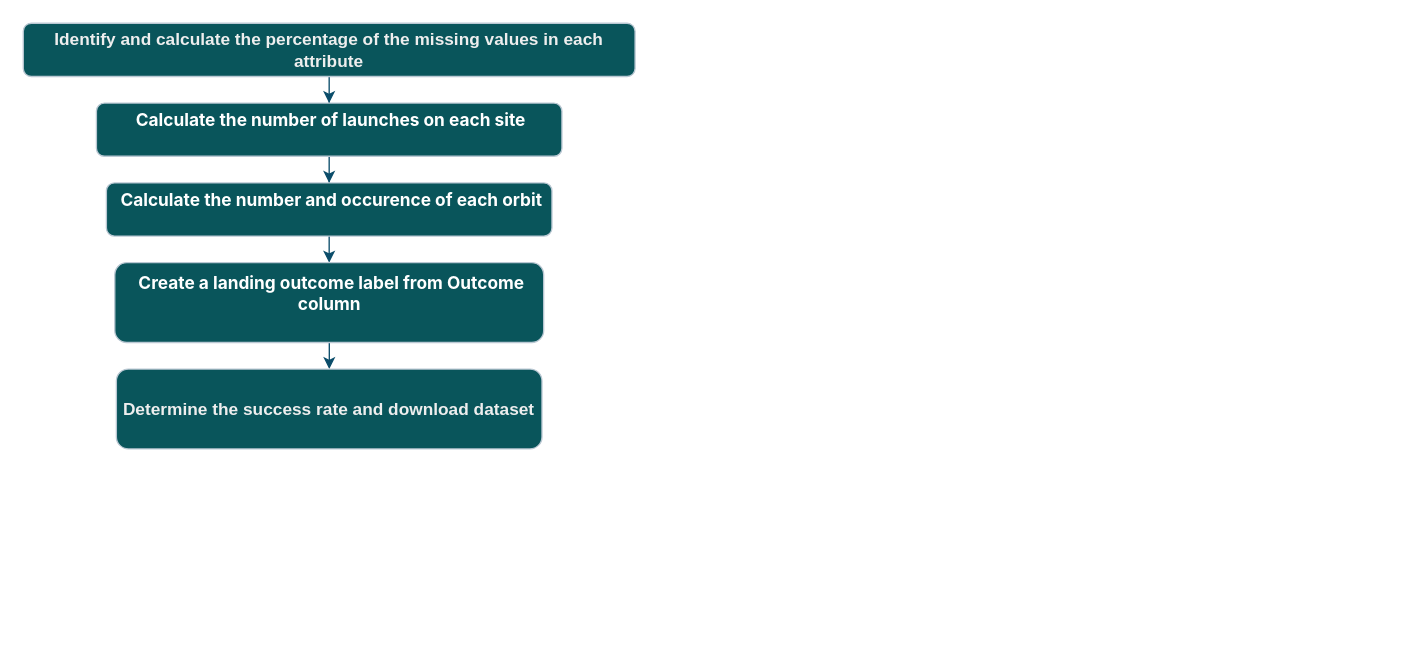
Before: Data Wrangling.drawio in Gareleon/ibm_ds, a draw.io diagram. Source tidied: cells renumbered, new cells numbered last; positions are measured from the earlier drawing's top-left corner, leaving out a move shared by most shapes. Both pictures are drawn from the tidied source at 133%, with x=0, y=0 at pixel (23, 23).
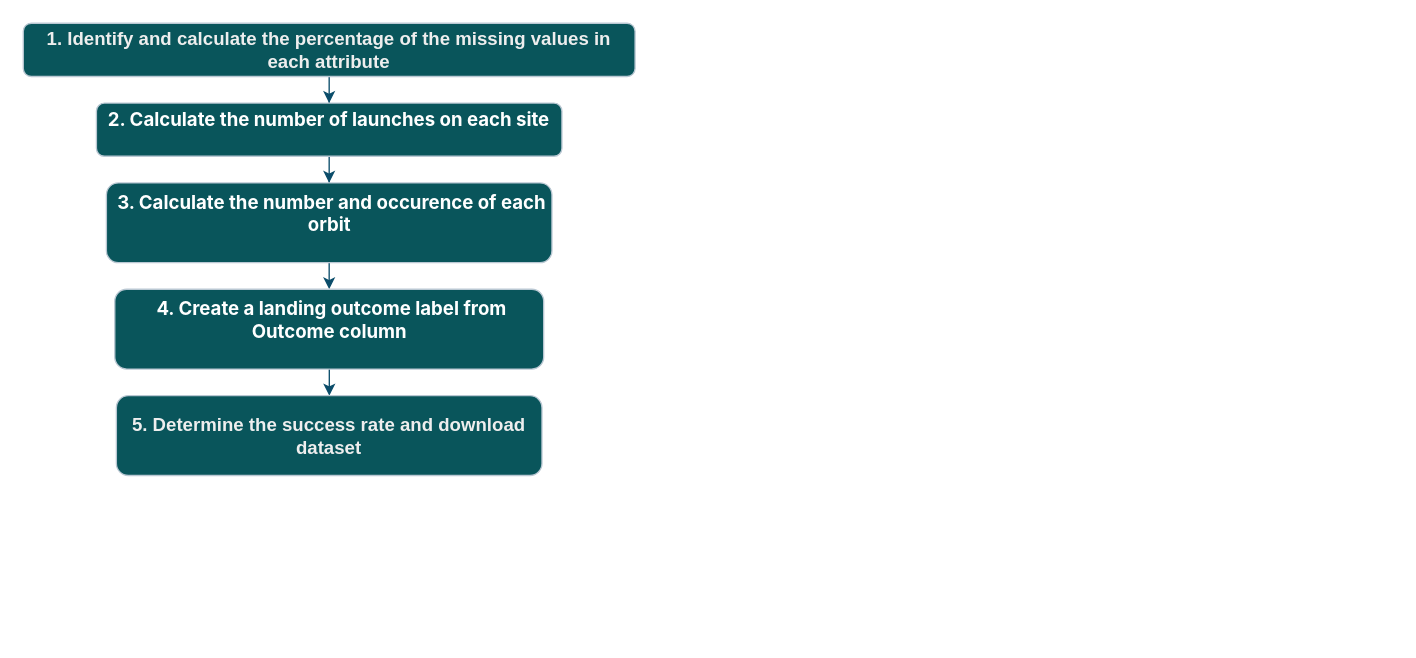
After the change.

Diff of the diagram source:
```diff
@@
 <mxGraphModel>
   <root>
     <mxCell id="0" />
     <mxCell id="1" parent="0" />
-    <mxCell id="2" style="edgeStyle=orthogonalEdgeStyle;rounded=0;jettySize=auto;html=1;labelBackgroundColor=none;strokeColor=#0B4D6A;fontColor=default;align=center;verticalAlign=middle;fontSize=13;" parent="1" edge="1" source="3" target="5">
+    <mxCell id="2" style="edgeStyle=orthogonalEdgeStyle;rounded=0;jettySize=auto;html=1;labelBackgroundColor=none;strokeColor=#0B4D6A;fontColor=default;align=center;verticalAlign=middle;fontSize=14;" parent="1" edge="1" source="3" target="5">
       <mxGeometry relative="1" as="geometry" />
     </mxCell>
-    <mxCell id="3" value="&lt;b style=&quot;font-size: 13px;&quot;&gt;Identify and calculate the percentage of the missing values in each attribute&lt;/b&gt;" style="rounded=1;whiteSpace=wrap;html=1;labelBackgroundColor=none;fillColor=#09555B;strokeColor=#BAC8D3;fontColor=#EEEEEE;align=center;verticalAlign=middle;fontSize=13;" parent="1" vertex="1">
+    <mxCell id="3" value="&lt;b style=&quot;font-size: 14px;&quot;&gt;1. Identify and calculate the percentage of the missing values in each attribute&lt;/b&gt;" style="rounded=1;whiteSpace=wrap;html=1;labelBackgroundColor=none;fillColor=#09555B;strokeColor=#BAC8D3;fontColor=#EEEEEE;align=center;verticalAlign=middle;fontSize=14;" parent="1" vertex="1">
       <mxGeometry width="460" height="40" as="geometry" />
     </mxCell>
-    <mxCell id="4" style="edgeStyle=orthogonalEdgeStyle;rounded=0;jettySize=auto;html=1;labelBackgroundColor=none;strokeColor=#0B4D6A;fontColor=default;align=center;verticalAlign=middle;fontSize=13;" parent="1" edge="1" source="5" target="7">
+    <mxCell id="4" style="edgeStyle=orthogonalEdgeStyle;rounded=0;jettySize=auto;html=1;labelBackgroundColor=none;strokeColor=#0B4D6A;fontColor=default;align=center;verticalAlign=middle;fontSize=14;" parent="1" edge="1" source="5" target="7">
       <mxGeometry relative="1" as="geometry" />
     </mxCell>
-    <mxCell id="5" value="&lt;h3 style=&quot;border-color: var(--border-color); box-sizing: unset; line-height: var(--jp-content-heading-line-height); margin-top: calc(0.5 * var(--jp-content-heading-margin-top)); font-size: 13px; font-family: -apple-system, BlinkMacSystemFont, &amp;quot;Segoe UI&amp;quot;, Helvetica, Arial, sans-serif, &amp;quot;Apple Color Emoji&amp;quot;, &amp;quot;Segoe UI Emoji&amp;quot;, &amp;quot;Segoe UI Symbol&amp;quot;;&quot; id=&quot;TASK-1:-Calculate-the-number-of-launches-on-each-site&quot;&gt;&lt;font style=&quot;border-color: var(--border-color); font-size: 13px;&quot; color=&quot;#ffffff&quot;&gt;&amp;nbsp;Calculate the number of launches on each site&lt;/font&gt;&lt;/h3&gt;" style="rounded=1;whiteSpace=wrap;html=1;labelBackgroundColor=none;fillColor=#09555B;strokeColor=#BAC8D3;fontColor=#EEEEEE;align=center;verticalAlign=middle;fontSize=13;" parent="1" vertex="1">
+    <mxCell id="5" value="&lt;h3 style=&quot;border-color: var(--border-color); box-sizing: unset; line-height: var(--jp-content-heading-line-height); margin-top: calc(0.5 * var(--jp-content-heading-margin-top)); font-size: 14px; font-family: -apple-system, BlinkMacSystemFont, &amp;quot;Segoe UI&amp;quot;, Helvetica, Arial, sans-serif, &amp;quot;Apple Color Emoji&amp;quot;, &amp;quot;Segoe UI Emoji&amp;quot;, &amp;quot;Segoe UI Symbol&amp;quot;;&quot; id=&quot;TASK-1:-Calculate-the-number-of-launches-on-each-site&quot;&gt;&lt;font style=&quot;border-color: var(--border-color); font-size: 14px;&quot; color=&quot;#ffffff&quot;&gt;2. Calculate the number of launches on each site&lt;/font&gt;&lt;/h3&gt;" style="rounded=1;whiteSpace=wrap;html=1;labelBackgroundColor=none;fillColor=#09555B;strokeColor=#BAC8D3;fontColor=#EEEEEE;align=center;verticalAlign=middle;fontSize=14;" parent="1" vertex="1">
       <mxGeometry x="55" y="60" width="350" height="40" as="geometry" />
     </mxCell>
-    <mxCell id="6" style="edgeStyle=orthogonalEdgeStyle;rounded=0;jettySize=auto;html=1;labelBackgroundColor=none;strokeColor=#0B4D6A;fontColor=default;align=center;verticalAlign=middle;fontSize=13;" parent="1" edge="1" source="7" target="9">
+    <mxCell id="6" style="edgeStyle=orthogonalEdgeStyle;rounded=0;jettySize=auto;html=1;labelBackgroundColor=none;strokeColor=#0B4D6A;fontColor=default;align=center;verticalAlign=middle;fontSize=14;" parent="1" edge="1" source="7" target="9">
       <mxGeometry relative="1" as="geometry" />
     </mxCell>
-    <mxCell id="7" value="&lt;h3 style=&quot;border-color: var(--border-color); box-sizing: unset; line-height: var(--jp-content-heading-line-height); margin-top: calc(0.5 * var(--jp-content-heading-margin-top)); font-size: 13px; font-family: -apple-system, BlinkMacSystemFont, &amp;quot;Segoe UI&amp;quot;, Helvetica, Arial, sans-serif, &amp;quot;Apple Color Emoji&amp;quot;, &amp;quot;Segoe UI Emoji&amp;quot;, &amp;quot;Segoe UI Symbol&amp;quot;;&quot; id=&quot;TASK-1:-Calculate-the-number-of-launches-on-each-site&quot;&gt;&lt;font style=&quot;border-color: var(--border-color); font-size: 13px;&quot; color=&quot;#ffffff&quot;&gt;&amp;nbsp;Calculate the number and occurence of each orbit&lt;/font&gt;&lt;/h3&gt;" style="rounded=1;whiteSpace=wrap;html=1;labelBackgroundColor=none;fillColor=#09555B;strokeColor=#BAC8D3;fontColor=#EEEEEE;align=center;verticalAlign=middle;fontSize=13;" parent="1" vertex="1">
-      <mxGeometry x="62.5" y="120" width="335" height="40" as="geometry" />
+    <mxCell id="7" value="&lt;h3 style=&quot;border-color: var(--border-color); box-sizing: unset; line-height: var(--jp-content-heading-line-height); margin-top: calc(0.5 * var(--jp-content-heading-margin-top)); font-size: 14px; font-family: -apple-system, BlinkMacSystemFont, &amp;quot;Segoe UI&amp;quot;, Helvetica, Arial, sans-serif, &amp;quot;Apple Color Emoji&amp;quot;, &amp;quot;Segoe UI Emoji&amp;quot;, &amp;quot;Segoe UI Symbol&amp;quot;;&quot; id=&quot;TASK-1:-Calculate-the-number-of-launches-on-each-site&quot;&gt;&lt;font style=&quot;border-color: var(--border-color); font-size: 14px;&quot; color=&quot;#ffffff&quot;&gt;&amp;nbsp;3. Calculate the number and occurence of each orbit&lt;/font&gt;&lt;/h3&gt;" style="rounded=1;whiteSpace=wrap;html=1;labelBackgroundColor=none;fillColor=#09555B;strokeColor=#BAC8D3;fontColor=#EEEEEE;align=center;verticalAlign=middle;fontSize=14;" parent="1" vertex="1">
+      <mxGeometry x="62.5" y="120" width="335" height="60" as="geometry" />
     </mxCell>
-    <mxCell id="8" style="edgeStyle=orthogonalEdgeStyle;rounded=0;jettySize=auto;html=1;labelBackgroundColor=none;strokeColor=#0B4D6A;fontColor=default;align=center;verticalAlign=middle;fontSize=13;" parent="1" edge="1" source="9" target="10">
+    <mxCell id="8" style="edgeStyle=orthogonalEdgeStyle;rounded=0;jettySize=auto;html=1;labelBackgroundColor=none;strokeColor=#0B4D6A;fontColor=default;align=center;verticalAlign=middle;fontSize=14;" parent="1" edge="1" source="9" target="10">
       <mxGeometry relative="1" as="geometry" />
     </mxCell>
-    <mxCell id="9" value="&lt;h3 style=&quot;border-color: var(--border-color); box-sizing: unset; line-height: var(--jp-content-heading-line-height); margin-top: calc(0.5 * var(--jp-content-heading-margin-top)); font-size: 13px; font-family: -apple-system, BlinkMacSystemFont, &amp;quot;Segoe UI&amp;quot;, Helvetica, Arial, sans-serif, &amp;quot;Apple Color Emoji&amp;quot;, &amp;quot;Segoe UI Emoji&amp;quot;, &amp;quot;Segoe UI Symbol&amp;quot;;&quot; id=&quot;TASK-1:-Calculate-the-number-of-launches-on-each-site&quot;&gt;&lt;font style=&quot;border-color: var(--border-color); font-size: 13px;&quot; color=&quot;#ffffff&quot;&gt;&amp;nbsp;Create a landing outcome label from Outcome column&lt;/font&gt;&lt;/h3&gt;" style="whiteSpace=wrap;html=1;rounded=1;labelBackgroundColor=none;fillColor=#09555B;strokeColor=#BAC8D3;fontColor=#EEEEEE;align=center;verticalAlign=middle;fontSize=13;" parent="1" vertex="1">
-      <mxGeometry x="68.8" y="180" width="322.5" height="60" as="geometry" />
+    <mxCell id="9" value="&lt;h3 style=&quot;border-color: var(--border-color); box-sizing: unset; line-height: var(--jp-content-heading-line-height); margin-top: calc(0.5 * var(--jp-content-heading-margin-top)); font-size: 14px; font-family: -apple-system, BlinkMacSystemFont, &amp;quot;Segoe UI&amp;quot;, Helvetica, Arial, sans-serif, &amp;quot;Apple Color Emoji&amp;quot;, &amp;quot;Segoe UI Emoji&amp;quot;, &amp;quot;Segoe UI Symbol&amp;quot;;&quot; id=&quot;TASK-1:-Calculate-the-number-of-launches-on-each-site&quot;&gt;&lt;font style=&quot;border-color: var(--border-color); font-size: 14px;&quot; color=&quot;#ffffff&quot;&gt;&amp;nbsp;4. Create a landing outcome label from Outcome column&lt;/font&gt;&lt;/h3&gt;" style="whiteSpace=wrap;html=1;rounded=1;labelBackgroundColor=none;fillColor=#09555B;strokeColor=#BAC8D3;fontColor=#EEEEEE;align=center;verticalAlign=middle;fontSize=14;" parent="1" vertex="1">
+      <mxGeometry x="68.8" y="200" width="322.5" height="60" as="geometry" />
     </mxCell>
-    <mxCell id="10" value="&lt;b style=&quot;font-size: 13px;&quot;&gt;Determine the success rate and download dataset&lt;/b&gt;" style="whiteSpace=wrap;html=1;rounded=1;labelBackgroundColor=none;fillColor=#09555B;strokeColor=#BAC8D3;fontColor=#EEEEEE;align=center;verticalAlign=middle;fontSize=13;" parent="1" vertex="1">
-      <mxGeometry x="70" y="260" width="320" height="60" as="geometry" />
+    <mxCell id="10" value="&lt;b style=&quot;font-size: 14px;&quot;&gt;5. Determine the success rate and download dataset&lt;/b&gt;" style="whiteSpace=wrap;html=1;rounded=1;labelBackgroundColor=none;fillColor=#09555B;strokeColor=#BAC8D3;fontColor=#EEEEEE;align=center;verticalAlign=middle;fontSize=14;" parent="1" vertex="1">
+      <mxGeometry x="70" y="280" width="320" height="60" as="geometry" />
     </mxCell>
     <mxCell id="11" value="&lt;h3 style=&quot;border-color: var(--border-color); font-style: normal; font-variant-ligatures: normal; font-variant-caps: normal; letter-spacing: normal; orphans: 2; text-indent: 0px; text-transform: none; widows: 2; word-spacing: 0px; -webkit-text-stroke-width: 0px; text-decoration-thickness: initial; text-decoration-style: initial; text-decoration-color: initial; box-sizing: unset; line-height: var(--jp-content-heading-line-height); margin-top: calc(0.5 * var(--jp-content-heading-margin-top)); font-size: var(--jp-content-font-size3); color: rgba(0, 0, 0, 0.87); font-family: -apple-system, BlinkMacSystemFont, &amp;quot;Segoe UI&amp;quot;, Helvetica, Arial, sans-serif, &amp;quot;Apple Color Emoji&amp;quot;, &amp;quot;Segoe UI Emoji&amp;quot;, &amp;quot;Segoe UI Symbol&amp;quot;; text-align: start; background-color: rgb(255, 255, 255);&quot; id=&quot;TASK-1:-Calculate-the-number-of-launches-on-each-site&quot;&gt;&lt;br&gt;&lt;/h3&gt;" style="text;whiteSpace=wrap;html=1;fontColor=#EEEEEE;labelBackgroundColor=none;" parent="1" vertex="1">
       <mxGeometry x="440" y="50" width="300" height="50" as="geometry" />
     </mxCell>
     <mxCell id="12" value="&lt;h3 style=&quot;border-color: var(--border-color); font-style: normal; font-variant-ligatures: normal; font-variant-caps: normal; letter-spacing: normal; orphans: 2; text-indent: 0px; text-transform: none; widows: 2; word-spacing: 0px; -webkit-text-stroke-width: 0px; text-decoration-thickness: initial; text-decoration-style: initial; text-decoration-color: initial; box-sizing: unset; line-height: var(--jp-content-heading-line-height); margin-top: calc(0.5 * var(--jp-content-heading-margin-top)); margin-bottom: calc(0.5 * var(--jp-content-heading-margin-bottom)); font-size: var(--jp-content-font-size3); color: rgba(0, 0, 0, 0.87); font-family: -apple-system, BlinkMacSystemFont, &amp;quot;Segoe UI&amp;quot;, Helvetica, Arial, sans-serif, &amp;quot;Apple Color Emoji&amp;quot;, &amp;quot;Segoe UI Emoji&amp;quot;, &amp;quot;Segoe UI Symbol&amp;quot;; text-align: start; background-color: rgb(255, 255, 255);&quot; id=&quot;TASK-2:-Calculate-the-number-and-occurrence-of-each-orbit&quot;&gt;&lt;br&gt;&lt;/h3&gt;" style="text;whiteSpace=wrap;html=1;fontColor=#EEEEEE;labelBackgroundColor=none;" parent="1" vertex="1">
       <mxGeometry x="710" y="200" width="320" height="40" as="geometry" />
     </mxCell>
     <mxCell id="13" value="&lt;h3 style=&quot;border-color: var(--border-color); font-style: normal; font-variant-ligatures: normal; font-variant-caps: normal; letter-spacing: normal; orphans: 2; text-indent: 0px; text-transform: none; widows: 2; word-spacing: 0px; -webkit-text-stroke-width: 0px; text-decoration-thickness: initial; text-decoration-style: initial; text-decoration-color: initial; box-sizing: unset; line-height: var(--jp-content-heading-line-height); margin-top: calc(0.5 * var(--jp-content-heading-margin-top)); margin-bottom: calc(0.5 * var(--jp-content-heading-margin-bottom)); font-size: var(--jp-content-font-size3); color: rgba(0, 0, 0, 0.87); font-family: -apple-system, BlinkMacSystemFont, &amp;quot;Segoe UI&amp;quot;, Helvetica, Arial, sans-serif, &amp;quot;Apple Color Emoji&amp;quot;, &amp;quot;Segoe UI Emoji&amp;quot;, &amp;quot;Segoe UI Symbol&amp;quot;; text-align: start; background-color: rgb(255, 255, 255);&quot; id=&quot;TASK-2:-Calculate-the-number-and-occurrence-of-each-orbit&quot;&gt;&lt;br&gt;&lt;/h3&gt;" style="text;whiteSpace=wrap;html=1;fontColor=#EEEEEE;labelBackgroundColor=none;" parent="1" vertex="1">
       <mxGeometry x="300" y="420" width="320" height="40" as="geometry" />
     </mxCell>
     <mxCell id="14" value="&lt;h3 style=&quot;border-color: var(--border-color); font-style: normal; font-variant-ligatures: normal; font-variant-caps: normal; letter-spacing: normal; orphans: 2; text-indent: 0px; text-transform: none; widows: 2; word-spacing: 0px; -webkit-text-stroke-width: 0px; text-decoration-thickness: initial; text-decoration-style: initial; text-decoration-color: initial; box-sizing: unset; line-height: var(--jp-content-heading-line-height); margin-top: calc(0.5 * var(--jp-content-heading-margin-top)); margin-bottom: calc(0.5 * var(--jp-content-heading-margin-bottom)); font-size: var(--jp-content-font-size3); color: rgba(0, 0, 0, 0.87); font-family: -apple-system, BlinkMacSystemFont, &amp;quot;Segoe UI&amp;quot;, Helvetica, Arial, sans-serif, &amp;quot;Apple Color Emoji&amp;quot;, &amp;quot;Segoe UI Emoji&amp;quot;, &amp;quot;Segoe UI Symbol&amp;quot;; text-align: start; background-color: rgb(255, 255, 255);&quot; id=&quot;TASK-2:-Calculate-the-number-and-occurrence-of-each-orbit&quot;&gt;&lt;br&gt;&lt;/h3&gt;" style="text;whiteSpace=wrap;html=1;fontColor=#EEEEEE;labelBackgroundColor=none;" parent="1" vertex="1">
       <mxGeometry x="90" y="420" width="320" height="40" as="geometry" />
     </mxCell>
   </root>
 </mxGraphModel>
```
